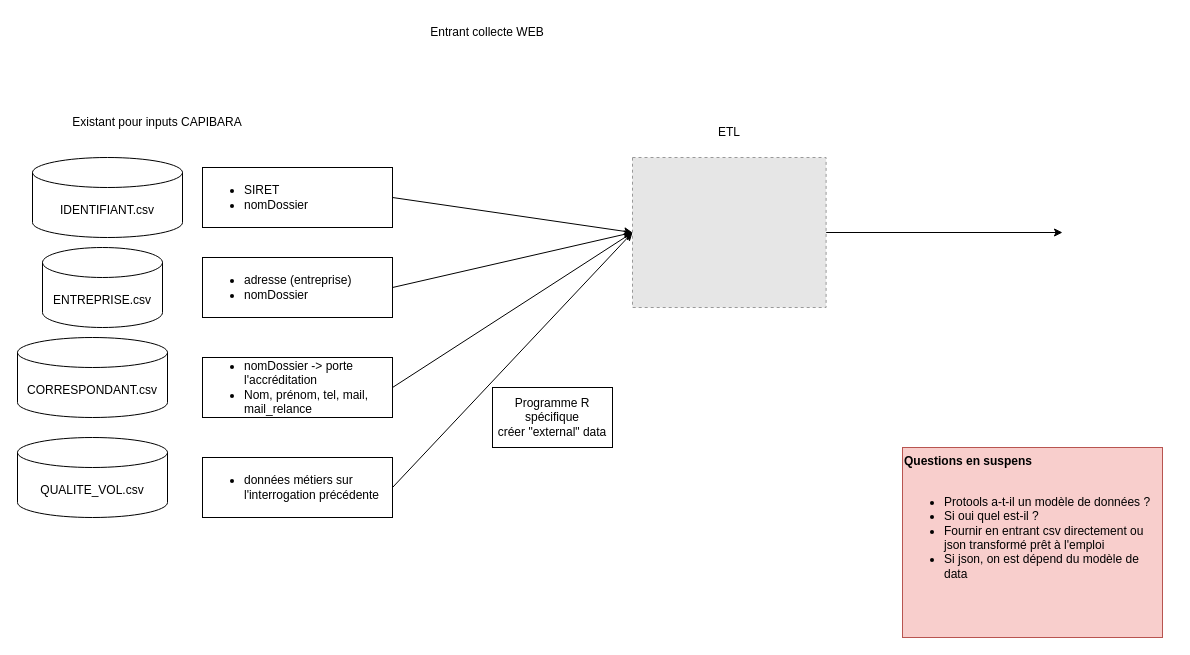
Before: Worflow_external_input_protools.drawio in laurentC35/drawio, a draw.io diagram. Source tidied: cells renumbered, new cells numbered last; positions are measured from the earlier drawing's top-left corner, leaving out a move shared by most shapes. Both pictures are drawn from the tidied source at 100%, with x=0, y=0 at pixel (17, 17). Pictures stored in the file or linked from it are replaced by grey dashed boxes.
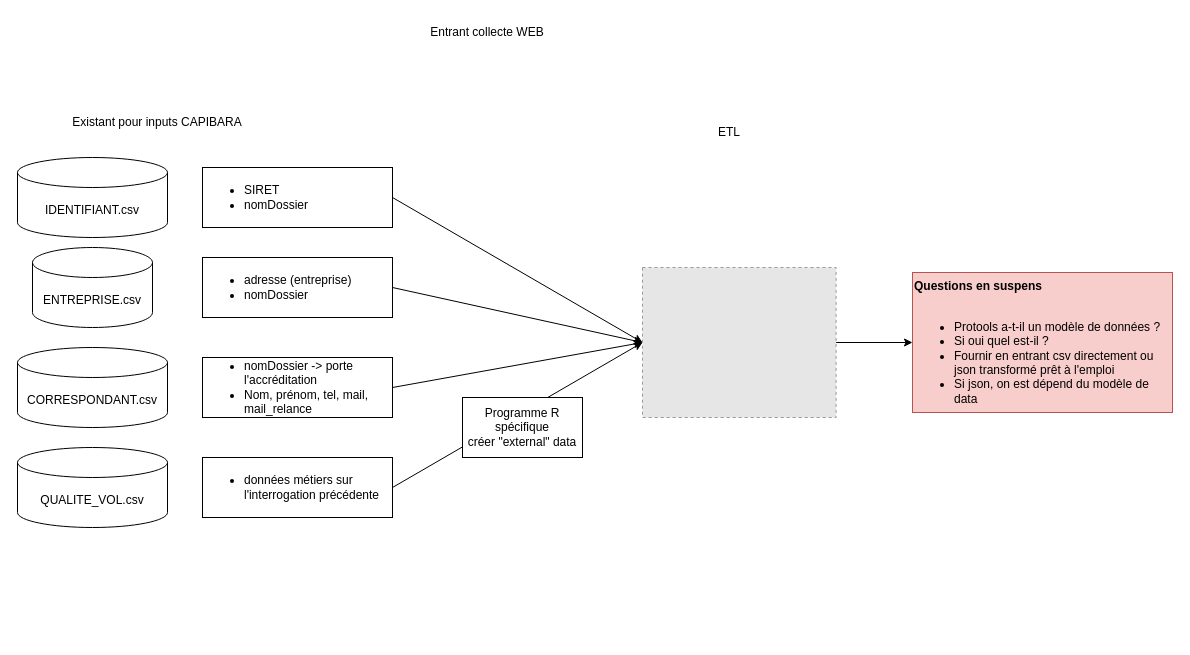
The same page after the edit.

Commit message:
Mettre à jour Worflow_external_input_protools.drawio

Diff of the diagram source:
```diff
@@
     <mxCell id="3" value="ENTREPRISE.csv" style="shape=cylinder3;whiteSpace=wrap;html=1;boundedLbl=1;backgroundOutline=1;size=15;" parent="1" vertex="1">
-      <mxGeometry x="25" y="230" width="120" height="80" as="geometry" />
+      <mxGeometry x="15" y="230" width="120" height="80" as="geometry" />
     </mxCell>
     <mxCell id="4" value="CORRESPONDANT.csv" style="shape=cylinder3;whiteSpace=wrap;html=1;boundedLbl=1;backgroundOutline=1;size=15;" parent="1" vertex="1">
-      <mxGeometry y="320" width="150" height="80" as="geometry" />
+      <mxGeometry y="330" width="150" height="80" as="geometry" />
     </mxCell>
@@
     <mxCell id="9" value="IDENTIFIANT.csv" style="shape=cylinder3;whiteSpace=wrap;html=1;boundedLbl=1;backgroundOutline=1;size=15;" parent="1" vertex="1">
-      <mxGeometry x="15" y="140" width="150" height="80" as="geometry" />
+      <mxGeometry y="140" width="150" height="80" as="geometry" />
     </mxCell>
@@
     <mxCell id="12" value="QUALITE_VOL.csv" style="shape=cylinder3;whiteSpace=wrap;html=1;boundedLbl=1;backgroundOutline=1;size=15;" parent="1" vertex="1">
-      <mxGeometry y="420" width="150" height="80" as="geometry" />
+      <mxGeometry y="430" width="150" height="80" as="geometry" />
     </mxCell>
@@
-    <mxCell id="16" style="edgeStyle=none;rounded=0;jettySize=auto;html=1;exitX=1;exitY=0.5;exitDx=0;exitDy=0;" parent="1" edge="1" source="17">
-      <mxGeometry relative="1" as="geometry">
-        <mxPoint x="1045" y="215" as="targetPoint" />
-      </mxGeometry>
+    <mxCell id="16" style="edgeStyle=none;rounded=0;jettySize=auto;html=1;exitX=1;exitY=0.5;exitDx=0;exitDy=0;entryX=0;entryY=0.5;entryDx=0;entryDy=0;" parent="1" edge="1" source="17" target="20">
+      <mxGeometry relative="1" as="geometry" />
     </mxCell>
     <mxCell id="17" style="fillColor=#E6E6E6;strokeColor=#999999;dashed=1;verticalLabelPosition=bottom;labelBackgroundColor=default;verticalAlign=top;" parent="1" vertex="1">
-      <mxGeometry x="615" y="140" width="193.6" height="150" as="geometry" />
+      <mxGeometry x="625" y="250" width="193.6" height="150" as="geometry" />
     </mxCell>
@@
     <mxCell id="19" value="Programme R spécifique&lt;br&gt;créer &quot;external&quot; data" style="rounded=0;whiteSpace=wrap;html=1;" parent="1" vertex="1">
-      <mxGeometry x="475" y="370" width="120" height="60" as="geometry" />
+      <mxGeometry x="445" y="380" width="120" height="60" as="geometry" />
     </mxCell>
     <mxCell id="20" value="&lt;b&gt;Questions en suspens&lt;/b&gt;&lt;br&gt;&lt;br&gt;&lt;ul style=&quot;&quot;&gt;&lt;li style=&quot;&quot;&gt;Protools a-t-il un modèle de données ?&lt;/li&gt;&lt;li style=&quot;&quot;&gt;Si oui quel est-il ?&lt;/li&gt;&lt;li style=&quot;&quot;&gt;Fournir en entrant csv directement ou json transformé prêt à l'emploi&lt;/li&gt;&lt;li style=&quot;&quot;&gt;Si json, on est dépend du modèle de data&lt;/li&gt;&lt;/ul&gt;" style="rounded=0;whiteSpace=wrap;html=1;fillColor=#f8cecc;strokeColor=#b85450;verticalAlign=top;align=left;" parent="1" vertex="1">
-      <mxGeometry x="885" y="430" width="260" height="190" as="geometry" />
+      <mxGeometry x="895" y="255" width="260" height="140" as="geometry" />
     </mxCell>
```
